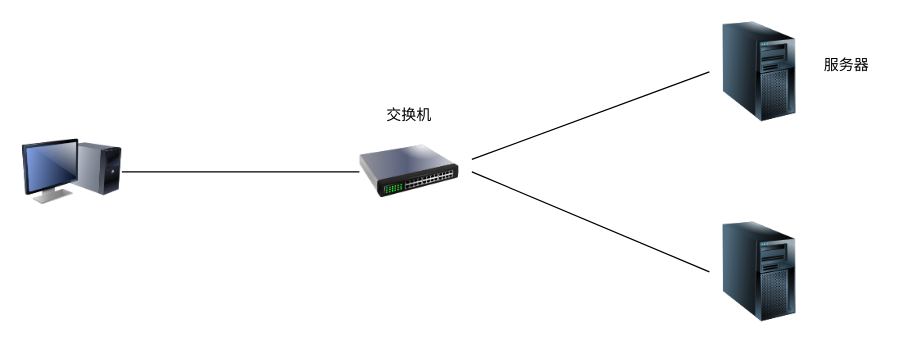
twodollarstwenty/drawio keeps this draw.io diagram as computer network/速率带宽和吞吐量的区别.drawio. Above is the earlier version. Source tidied: cells renumbered, new cells numbered last; positions are measured from the earlier drawing's top-left corner, leaving out a move shared by most shapes. Both pictures are drawn from the tidied source at 125%, with x=0, y=0 at pixel (21, 21).
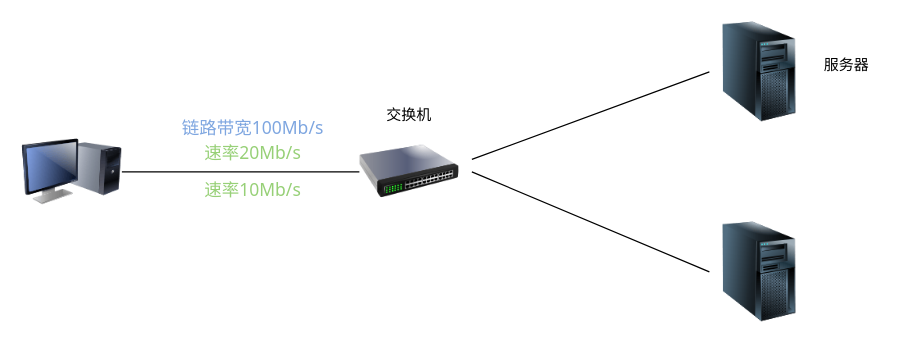
The same page after the edit.

Commit message (it also covers changes not shown here):
更新速率带宽和吞吐量的区别.drawio

The edit, as a diff of the source:
```diff
@@
 <mxGraphModel>
   <root>
     <mxCell id="0" />
     <mxCell id="1" parent="0" />
     <mxCell id="2" style="image;html=1;image=img/lib/clip_art/computers/Monitor_Tower_128x128.png;" parent="1" vertex="1">
       <mxGeometry y="80" width="80" height="80" as="geometry" />
     </mxCell>
     <mxCell id="3" style="image;html=1;image=img/lib/clip_art/networking/Switch_128x128.png;" parent="1" vertex="1">
       <mxGeometry x="270" y="80" width="80" height="80" as="geometry" />
     </mxCell>
     <mxCell id="4" style="image;html=1;image=img/lib/clip_art/computers/Server_Tower_128x128.png;" parent="1" vertex="1">
       <mxGeometry x="550" width="80" height="80" as="geometry" />
     </mxCell>
     <mxCell id="5" style="image;html=1;image=img/lib/clip_art/computers/Server_Tower_128x128.png;" parent="1" vertex="1">
       <mxGeometry x="550" y="160" width="80" height="80" as="geometry" />
     </mxCell>
     <mxCell id="6" value="交换机" style="text;strokeColor=none;align=center;fillColor=none;html=1;verticalAlign=middle;whiteSpace=wrap;rounded=0;" parent="1" vertex="1">
       <mxGeometry x="280" y="60" width="60" height="30" as="geometry" />
     </mxCell>
     <mxCell id="7" value="服务器" style="text;strokeColor=none;align=center;fillColor=none;html=1;verticalAlign=middle;whiteSpace=wrap;rounded=0;" parent="1" vertex="1">
       <mxGeometry x="630" y="20" width="60" height="30" as="geometry" />
     </mxCell>
     <mxCell id="8" style="endArrow=none;html=1;rounded=0;strokeColor=default;entryX=0;entryY=0.5;entryDx=0;entryDy=0;" parent="1" edge="1" target="5">
       <mxGeometry relative="1" as="geometry">
         <mxPoint x="360" y="120" as="sourcePoint" />
       </mxGeometry>
     </mxCell>
     <mxCell id="9" style="endArrow=none;html=1;rounded=0;strokeColor=default;entryX=0;entryY=0.5;entryDx=0;entryDy=0;" parent="1" edge="1" target="4">
       <mxGeometry relative="1" as="geometry">
         <mxPoint x="360" y="110" as="sourcePoint" />
       </mxGeometry>
     </mxCell>
     <mxCell id="10" style="endArrow=none;html=1;rounded=0;strokeColor=default;entryX=0;entryY=0.5;entryDx=0;entryDy=0;" parent="1" edge="1" target="3">
       <mxGeometry relative="1" as="geometry">
         <mxPoint x="80" y="120" as="sourcePoint" />
       </mxGeometry>
     </mxCell>
+    <mxCell id="11" value="链路带宽100Mb/s" style="text;strokeColor=none;align=center;fillColor=none;html=1;verticalAlign=middle;whiteSpace=wrap;rounded=0;fontFamily=Tahoma;fontSize=14;fontColor=#7EA6E0;" parent="1" vertex="1">
+      <mxGeometry x="120" y="80" width="130" height="10" as="geometry" />
+    </mxCell>
+    <mxCell id="12" value="速率20Mb/s" style="text;strokeColor=none;align=center;fillColor=none;html=1;verticalAlign=middle;whiteSpace=wrap;rounded=0;fontFamily=Tahoma;fontSize=14;fontColor=#97D077;" parent="1" vertex="1">
+      <mxGeometry x="120" y="100" width="130" height="10" as="geometry" />
+    </mxCell>
+    <mxCell id="13" value="速率10Mb/s" style="text;strokeColor=none;align=center;fillColor=none;html=1;verticalAlign=middle;whiteSpace=wrap;rounded=0;fontFamily=Tahoma;fontSize=14;fontColor=#97D077;" parent="1" vertex="1">
+      <mxGeometry x="120" y="130" width="130" height="10" as="geometry" />
+    </mxCell>
   </root>
 </mxGraphModel>
```
